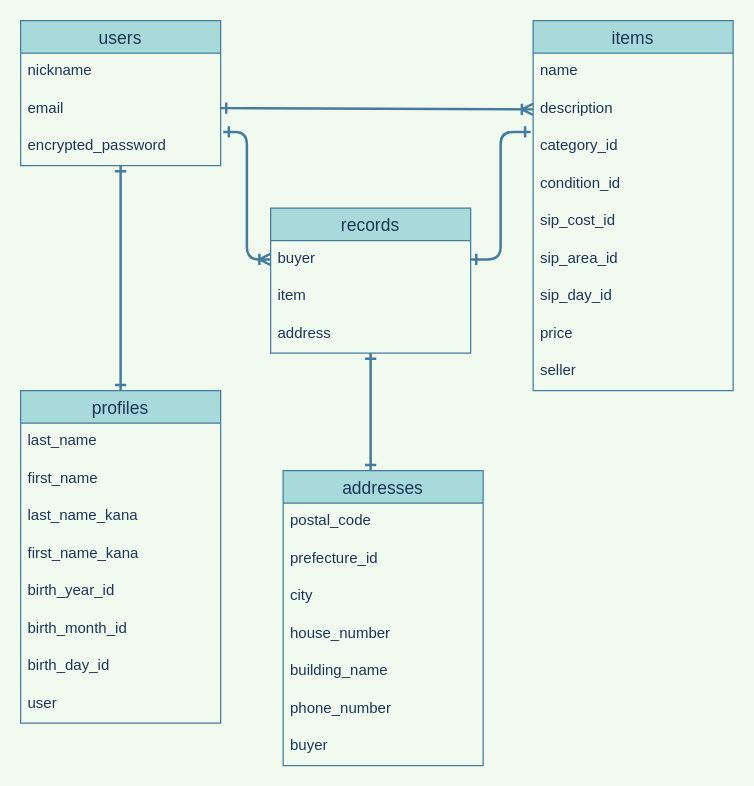
Earlier version of the draw.io diagram furima.dio (mita-youko/furima-35815). Source tidied: cells renumbered, new cells numbered last; positions are measured from the earlier drawing's top-left corner, leaving out a move shared by most shapes. Both pictures are drawn from the tidied source at 125%, with x=0, y=0 at pixel (20, 20).
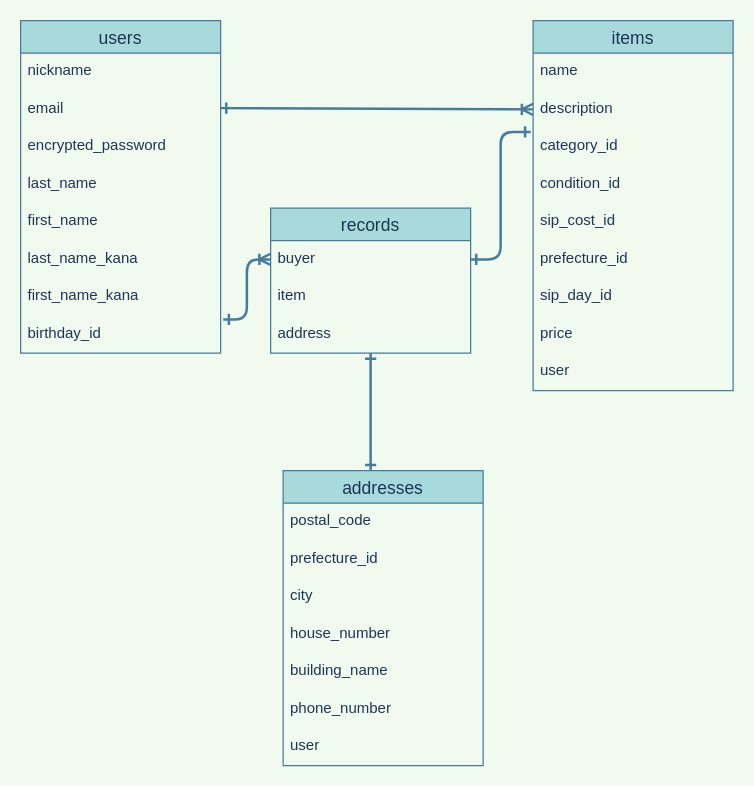
The same page after the edit.

Commit message (it also covers changes not shown here):
【訂正】DB設計の訂正をしました

Unchanged cells that the change refers to:
```xml
<mxCell id="16" value="items" style="swimlane;fontStyle=0;horizontal=1;startSize=26;align=center;fontSize=14;fillColor=#A8DADC;strokeColor=#457B9D;fontColor=#1D3557;" parent="1" vertex="1">
  <mxGeometry x="410" width="160" height="296" as="geometry" />
</mxCell>
<mxCell id="31" value="addresses" style="swimlane;fontStyle=0;horizontal=1;startSize=26;align=center;fontSize=14;fillColor=#A8DADC;strokeColor=#457B9D;fontColor=#1D3557;" parent="1" vertex="1">
  <mxGeometry x="210" y="360" width="160" height="236" as="geometry" />
</mxCell>
```

Diff of the diagram source:
```diff
@@
-    <mxCell id="2" style="edgeStyle=elbowEdgeStyle;jettySize=auto;html=1;endArrow=ERone;endFill=0;startArrow=ERone;startFill=0;strokeWidth=2;strokeColor=#457B9D;fontColor=#1D3557;labelBackgroundColor=#F1FAEE;" parent="1" edge="1" source="3" target="7">
-      <mxGeometry relative="1" as="geometry">
-        <Array as="points">
-          <mxPoint x="80" y="206" />
-        </Array>
-      </mxGeometry>
-    </mxCell>
     <mxCell id="3" value="users" style="swimlane;fontStyle=0;horizontal=1;startSize=26;align=center;fontSize=14;fillColor=#A8DADC;strokeColor=#457B9D;fontColor=#1D3557;" parent="1" vertex="1">
-      <mxGeometry width="160" height="116" as="geometry" />
+      <mxGeometry width="160" height="266" as="geometry" />
     </mxCell>
@@
-    <mxCell id="6" value="encrypted_password" style="text;strokeColor=none;fillColor=none;spacingLeft=4;spacingRight=4;overflow=hidden;points=[[0,0.5],[1,0.5]];portConstraint=eastwest;fontSize=12;fontColor=#1D3557;" parent="3" vertex="1">
-      <mxGeometry y="86" width="160" height="30" as="geometry" />
-    </mxCell>
-    <mxCell id="7" value="profiles" style="swimlane;fontStyle=0;horizontal=1;startSize=26;align=center;fontSize=14;fillColor=#A8DADC;strokeColor=#457B9D;fontColor=#1D3557;" parent="1" vertex="1">
-      <mxGeometry y="296" width="160" height="266" as="geometry" />
-    </mxCell>
+    <mxCell id="42" value="encrypted_password" style="text;strokeColor=none;fillColor=none;spacingLeft=4;spacingRight=4;overflow=hidden;fontSize=12;fontColor=#1D3557;" parent="3" vertex="1">
+      <mxGeometry y="86" width="160" height="30" as="geometry" />
+    </mxCell>
-    <mxCell id="8" value="last_name" style="text;strokeColor=none;fillColor=none;spacingLeft=4;spacingRight=4;overflow=hidden;fontSize=12;fontColor=#1D3557;" parent="7" vertex="1">
-      <mxGeometry y="26" width="160" height="30" as="geometry" />
+    <mxCell id="8" value="last_name" style="text;strokeColor=none;fillColor=none;spacingLeft=4;spacingRight=4;overflow=hidden;fontSize=12;fontColor=#1D3557;" parent="3" vertex="1">
+      <mxGeometry y="116" width="160" height="30" as="geometry" />
     </mxCell>
-    <mxCell id="9" value="first_name" style="text;strokeColor=none;fillColor=none;spacingLeft=4;spacingRight=4;overflow=hidden;fontSize=12;fontColor=#1D3557;" parent="7" vertex="1">
-      <mxGeometry y="56" width="160" height="30" as="geometry" />
+    <mxCell id="9" value="first_name" style="text;strokeColor=none;fillColor=none;spacingLeft=4;spacingRight=4;overflow=hidden;fontSize=12;fontColor=#1D3557;" parent="3" vertex="1">
+      <mxGeometry y="146" width="160" height="30" as="geometry" />
     </mxCell>
-    <mxCell id="10" value="last_name_kana" style="text;strokeColor=none;fillColor=none;spacingLeft=4;spacingRight=4;overflow=hidden;fontSize=12;fontColor=#1D3557;" parent="7" vertex="1">
-      <mxGeometry y="86" width="160" height="30" as="geometry" />
+    <mxCell id="10" value="last_name_kana" style="text;strokeColor=none;fillColor=none;spacingLeft=4;spacingRight=4;overflow=hidden;fontSize=12;fontColor=#1D3557;" parent="3" vertex="1">
+      <mxGeometry y="176" width="160" height="30" as="geometry" />
     </mxCell>
-    <mxCell id="11" value="first_name_kana" style="text;strokeColor=none;fillColor=none;spacingLeft=4;spacingRight=4;overflow=hidden;fontSize=12;fontColor=#1D3557;" parent="7" vertex="1">
-      <mxGeometry y="116" width="160" height="30" as="geometry" />
+    <mxCell id="11" value="first_name_kana" style="text;strokeColor=none;fillColor=none;spacingLeft=4;spacingRight=4;overflow=hidden;fontSize=12;fontColor=#1D3557;" parent="3" vertex="1">
+      <mxGeometry y="206" width="160" height="30" as="geometry" />
     </mxCell>
-    <mxCell id="12" value="birth_year_id" style="text;strokeColor=none;fillColor=none;spacingLeft=4;spacingRight=4;overflow=hidden;fontSize=12;fontColor=#1D3557;" parent="7" vertex="1">
-      <mxGeometry y="146" width="160" height="30" as="geometry" />
-    </mxCell>
-    <mxCell id="13" value="birth_month_id" style="text;strokeColor=none;fillColor=none;spacingLeft=4;spacingRight=4;overflow=hidden;fontSize=12;fontColor=#1D3557;" parent="7" vertex="1">
-      <mxGeometry y="176" width="160" height="30" as="geometry" />
-    </mxCell>
-    <mxCell id="14" value="birth_day_id" style="text;strokeColor=none;fillColor=none;spacingLeft=4;spacingRight=4;overflow=hidden;fontSize=12;fontColor=#1D3557;" parent="7" vertex="1">
-      <mxGeometry y="206" width="160" height="30" as="geometry" />
-    </mxCell>
-    <mxCell id="15" value="user" style="text;strokeColor=none;fillColor=none;spacingLeft=4;spacingRight=4;overflow=hidden;fontSize=12;fontColor=#1D3557;" parent="7" vertex="1">
-      <mxGeometry y="236" width="160" height="30" as="geometry" />
-    </mxCell>
+    <mxCell id="6" value="birthday_id" style="text;strokeColor=none;fillColor=none;spacingLeft=4;spacingRight=4;overflow=hidden;points=[[0,0.5],[1,0.5]];portConstraint=eastwest;fontSize=12;fontColor=#1D3557;" parent="3" vertex="1">
+      <mxGeometry y="236" width="160" height="30" as="geometry" />
+    </mxCell>
@@
-    <mxCell id="22" value="sip_area_id" style="text;strokeColor=none;fillColor=none;spacingLeft=4;spacingRight=4;overflow=hidden;fontSize=12;fontColor=#1D3557;" parent="16" vertex="1">
+    <mxCell id="22" value="prefecture_id" style="text;strokeColor=none;fillColor=none;spacingLeft=4;spacingRight=4;overflow=hidden;fontSize=12;fontColor=#1D3557;" parent="16" vertex="1">
       <mxGeometry y="176" width="160" height="30" as="geometry" />
     </mxCell>
@@
-    <mxCell id="25" value="seller" style="text;strokeColor=none;fillColor=none;spacingLeft=4;spacingRight=4;overflow=hidden;fontSize=12;fontColor=#1D3557;" parent="16" vertex="1">
+    <mxCell id="25" value="user" style="text;strokeColor=none;fillColor=none;spacingLeft=4;spacingRight=4;overflow=hidden;fontSize=12;fontColor=#1D3557;" parent="16" vertex="1">
       <mxGeometry y="266" width="160" height="30" as="geometry" />
     </mxCell>
@@
-    <mxCell id="38" value="buyer" style="text;strokeColor=none;fillColor=none;spacingLeft=4;spacingRight=4;overflow=hidden;fontSize=12;fontColor=#1D3557;" parent="31" vertex="1">
+    <mxCell id="38" value="user" style="text;strokeColor=none;fillColor=none;spacingLeft=4;spacingRight=4;overflow=hidden;fontSize=12;fontColor=#1D3557;" parent="31" vertex="1">
       <mxGeometry y="206" width="160" height="30" as="geometry" />
     </mxCell>
```
